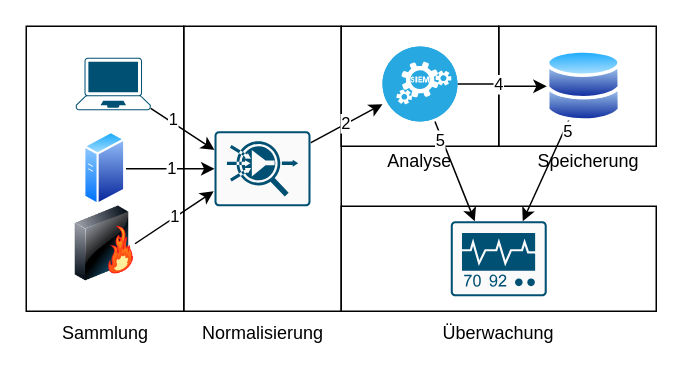
Above: Bachelorarbeit/assets/InfoFluss_SIEM.drawio in Bruno-Macedo/Praxisbericht_Bacherloarbeit (draw.io), before the change. Source tidied: cells renumbered, new cells numbered last; positions are measured from the earlier drawing's top-left corner, leaving out a move shared by most shapes. Both pictures are drawn from the tidied source at 150%, with x=0, y=0 at pixel (26, 26).
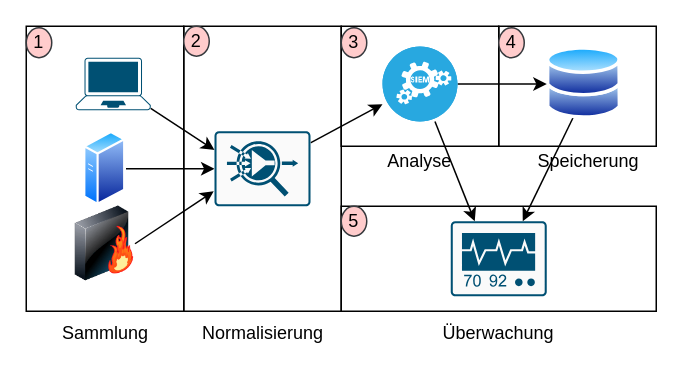
Above is the later version.

The change refers to these unchanged cells:
```xml
<mxCell id="9" style="image;perimeter=ellipsePerimeter;html=1;align=center;shadow=0;dashed=0;spacingTop=3;image=img/lib/active_directory/generic_server.svg;" parent="1" vertex="1">
  <mxGeometry x="38.5" y="70" width="28" height="50" as="geometry" />
</mxCell>
<mxCell id="11" style="image;html=1;image=img/lib/clip_art/networking/Firewall-page1_128x128.png;" parent="1" vertex="1">
  <mxGeometry x="32.5" y="120" width="40" height="50" as="geometry" />
</mxCell>
<mxCell id="13" style="sketch=0;points=[[0.015,0.015,0],[0.985,0.015,0],[0.985,0.985,0],[0.015,0.985,0],[0.25,0,0],[0.5,0,0],[0.75,0,0],[1,0.25,0],[1,0.5,0],[1,0.75,0],[0.75,1,0],[0.5,1,0],[0.25,1,0],[0,0.75,0],[0,0.5,0],[0,0.25,0]];verticalLabelPosition=bottom;html=1;verticalAlign=top;align=center;shape=mxgraph.cisco19.rect;prIcon=flow_collector;fillColor=#FAFAFA;strokeColor=#005073;" parent="1" vertex="1">
  <mxGeometry x="125.5" y="70" width="64" height="50" as="geometry" />
</mxCell>
<mxCell id="17" style="sketch=0;points=[[0.015,0.015,0],[0.985,0.015,0],[0.985,0.985,0],[0.015,0.985,0],[0.25,0,0],[0.5,0,0],[0.75,0,0],[1,0.25,0],[1,0.5,0],[1,0.75,0],[0.75,1,0],[0.5,1,0],[0.25,1,0],[0,0.75,0],[0,0.5,0],[0,0.25,0]];verticalLabelPosition=bottom;html=1;verticalAlign=top;align=center;shape=mxgraph.cisco19.rect;prIcon=monitor;fillColor=#FAFAFA;strokeColor=#005073;" parent="1" vertex="1">
  <mxGeometry x="283" y="130" width="64" height="50" as="geometry" />
</mxCell>
<mxCell id="19" style="rounded=0;jettySize=auto;html=1;entryX=0.25;entryY=0;entryDx=0;entryDy=0;entryPerimeter=0;" parent="1" edge="1" source="21" target="17">
  <mxGeometry relative="1" as="geometry" />
</mxCell>
<mxCell id="21" style="fillColor=#28A8E0;verticalLabelPosition=bottom;sketch=0;html=1;strokeColor=#ffffff;verticalAlign=top;align=center;points=[[0.145,0.145,0],[0.5,0,0],[0.855,0.145,0],[1,0.5,0],[0.855,0.855,0],[0.5,1,0],[0.145,0.855,0],[0,0.5,0]];shape=mxgraph.cisco_safe.compositeIcon;bgIcon=ellipse;resIcon=mxgraph.cisco_safe.capability.analysis_correlation;" parent="1" vertex="1">
  <mxGeometry x="237.5" y="13.5" width="50" height="50" as="geometry" />
</mxCell>
<mxCell id="27" style="rounded=0;jettySize=auto;html=1;entryX=0;entryY=0.25;entryDx=0;entryDy=0;entryPerimeter=0;" parent="1" edge="1" source="7" target="13">
  <mxGeometry relative="1" as="geometry" />
</mxCell>
```

What changed in the source:
```diff
@@
-    <mxCell id="8" value="1" style="rounded=0;jettySize=auto;html=1;entryX=0;entryY=0.5;entryDx=0;entryDy=0;entryPerimeter=0;" parent="1" edge="1" source="9" target="13">
-      <mxGeometry relative="1" as="geometry" />
+    <mxCell id="8" style="rounded=0;jettySize=auto;html=1;entryX=0;entryY=0.5;entryDx=0;entryDy=0;entryPerimeter=0;" parent="1" edge="1" source="9" target="13">
+      <mxGeometry x="-0.03" y="-5" relative="1" as="geometry" />
     </mxCell>
@@
-    <mxCell id="10" value="1" style="rounded=0;jettySize=auto;html=1;exitX=1;exitY=0.5;exitDx=0;exitDy=0;" parent="1" edge="1" source="11">
+    <mxCell id="10" style="rounded=0;jettySize=auto;html=1;exitX=1;exitY=0.5;exitDx=0;exitDy=0;" parent="1" edge="1" source="11">
       <mxGeometry relative="1" as="geometry">
         <mxPoint x="125" y="110" as="targetPoint" />
       </mxGeometry>
     </mxCell>
@@
-    <mxCell id="12" value="2" style="rounded=0;jettySize=auto;html=1;" parent="1" edge="1" source="13" target="21">
+    <mxCell id="12" style="rounded=0;jettySize=auto;html=1;" parent="1" edge="1" source="13" target="21">
       <mxGeometry relative="1" as="geometry" />
     </mxCell>
@@
-    <mxCell id="14" style="rounded=0;jettySize=auto;html=1;entryX=0.75;entryY=0;entryDx=0;entryDy=0;entryPerimeter=0;" parent="1" edge="1" source="16" target="17">
-      <mxGeometry relative="1" as="geometry" />
+    <mxCell id="14" style="rounded=0;jettySize=auto;html=1;entryX=0.75;entryY=0;entryDx=0;entryDy=0;entryPerimeter=0;" parent="1" edge="1" target="17">
+      <mxGeometry relative="1" as="geometry">
+        <mxPoint x="365" y="60" as="sourcePoint" />
+      </mxGeometry>
     </mxCell>
-    <mxCell id="15" value="5" style="edgeLabel;html=1;align=center;verticalAlign=middle;" parent="14" vertex="1">
-      <mxGeometry x="-0.51" y="-1" relative="1" as="geometry">
-        <mxPoint x="7" y="-9" as="offset" />
-      </mxGeometry>
-    </mxCell>
     <mxCell id="16" style="image;perimeter=ellipsePerimeter;html=1;align=center;shadow=0;dashed=0;spacingTop=3;image=img/lib/active_directory/databases.svg;" parent="1" vertex="1">
-      <mxGeometry x="347" y="15.5" width="50" height="49" as="geometry" />
+      <mxGeometry x="347" y="13.5" width="50" height="49" as="geometry" />
     </mxCell>
@@
-    <mxCell id="18" value="4" style="edgeStyle=orthogonalEdgeStyle;rounded=0;jettySize=auto;html=1;" parent="1" edge="1" source="21" target="16">
-      <mxGeometry x="-0.1" relative="1" as="geometry" />
-    </mxCell>
@@
-    <mxCell id="20" value="5" style="edgeLabel;html=1;align=center;verticalAlign=middle;" parent="19" vertex="1">
-      <mxGeometry x="-0.62" y="1" relative="1" as="geometry">
-        <mxPoint x="-3" y="-1" as="offset" />
-      </mxGeometry>
-    </mxCell>
+    <mxCell id="29" style="edgeStyle=orthogonalEdgeStyle;rounded=0;jettySize=auto;html=1;" parent="1" edge="1" source="21" target="16">
+      <mxGeometry relative="1" as="geometry">
+        <Array as="points">
+          <mxPoint x="335" y="39" />
+          <mxPoint x="335" y="39" />
+        </Array>
+      </mxGeometry>
+    </mxCell>
@@
-    <mxCell id="28" value="1" style="edgeLabel;html=1;align=center;verticalAlign=middle;" parent="27" vertex="1">
-      <mxGeometry x="-0.38" y="2" relative="1" as="geometry" />
+    <mxCell id="28" value="1" style="ellipse;whiteSpace=wrap;html=1;strokeWidth=1;fillColor=#ffcccc;strokeColor=#36393d;" parent="1" vertex="1">
+      <mxGeometry y="1" width="17" height="20" as="geometry" />
     </mxCell>
+    <mxCell id="30" value="2" style="ellipse;whiteSpace=wrap;html=1;strokeWidth=1;fillColor=#ffcccc;strokeColor=#36393d;" parent="1" vertex="1">
+      <mxGeometry x="105" width="17" height="20" as="geometry" />
+    </mxCell>
+    <mxCell id="31" value="5" style="ellipse;whiteSpace=wrap;html=1;strokeWidth=1;fillColor=#ffcccc;strokeColor=#36393d;" parent="1" vertex="1">
+      <mxGeometry x="210" y="120" width="17" height="20" as="geometry" />
+    </mxCell>
+    <mxCell id="18" value="4" style="ellipse;whiteSpace=wrap;html=1;strokeWidth=1;fillColor=#ffcccc;strokeColor=#36393d;" parent="1" vertex="1">
+      <mxGeometry x="315" y="1" width="17" height="20" as="geometry" />
+    </mxCell>
+    <mxCell id="32" value="3" style="ellipse;whiteSpace=wrap;html=1;strokeWidth=1;fillColor=#ffcccc;strokeColor=#36393d;" parent="1" vertex="1">
+      <mxGeometry x="210" y="1" width="17" height="20" as="geometry" />
+    </mxCell>
```
